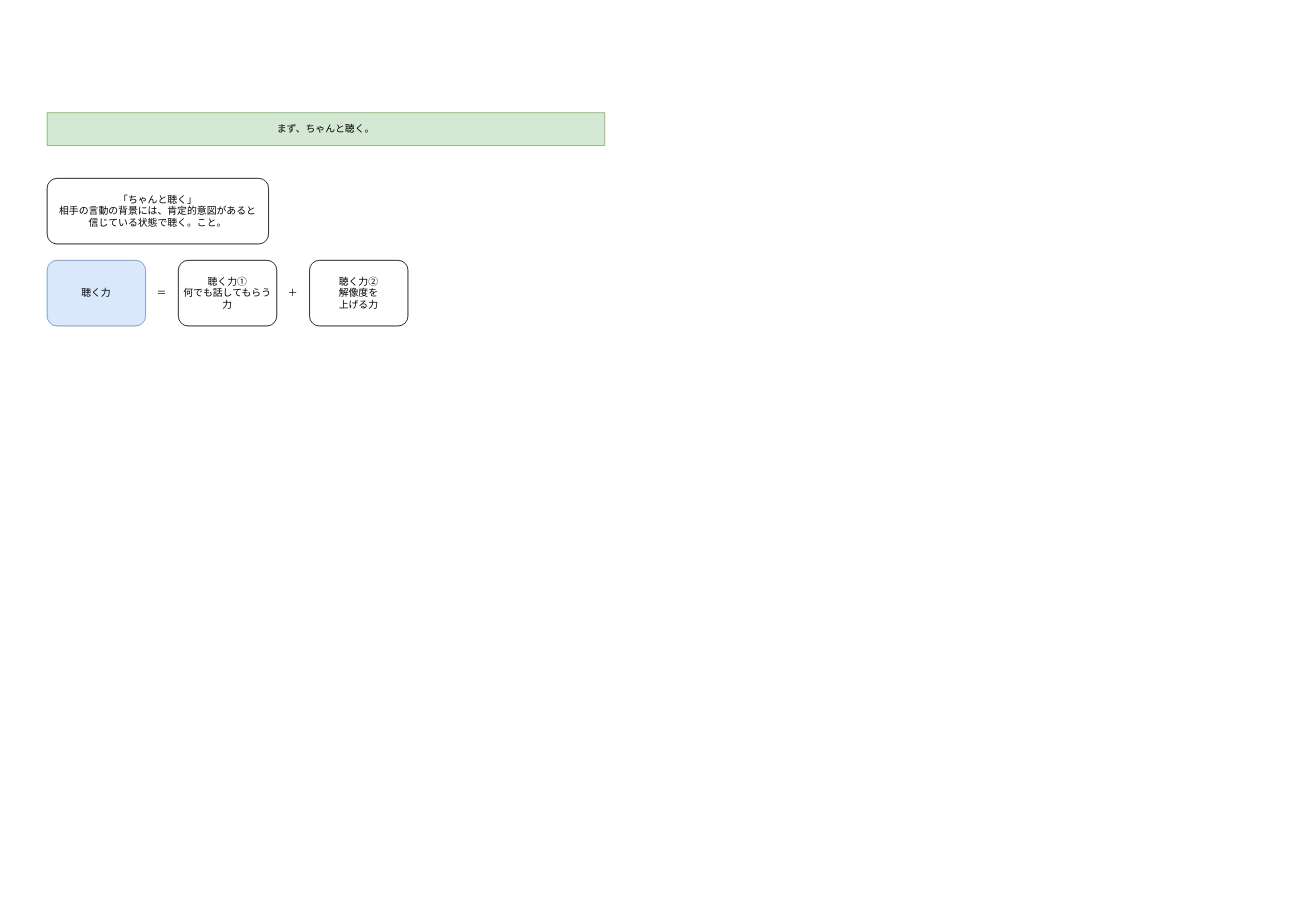
Before: まず、ちゃんと聴く.drawio in YossyIto/booklog_drowio, a draw.io diagram. Source tidied: cells renumbered, new cells numbered last; positions are measured from the earlier drawing's top-left corner, leaving out a move shared by most shapes. Both pictures are drawn from the tidied source at 82%, with x=0, y=0 at pixel (47, 112).
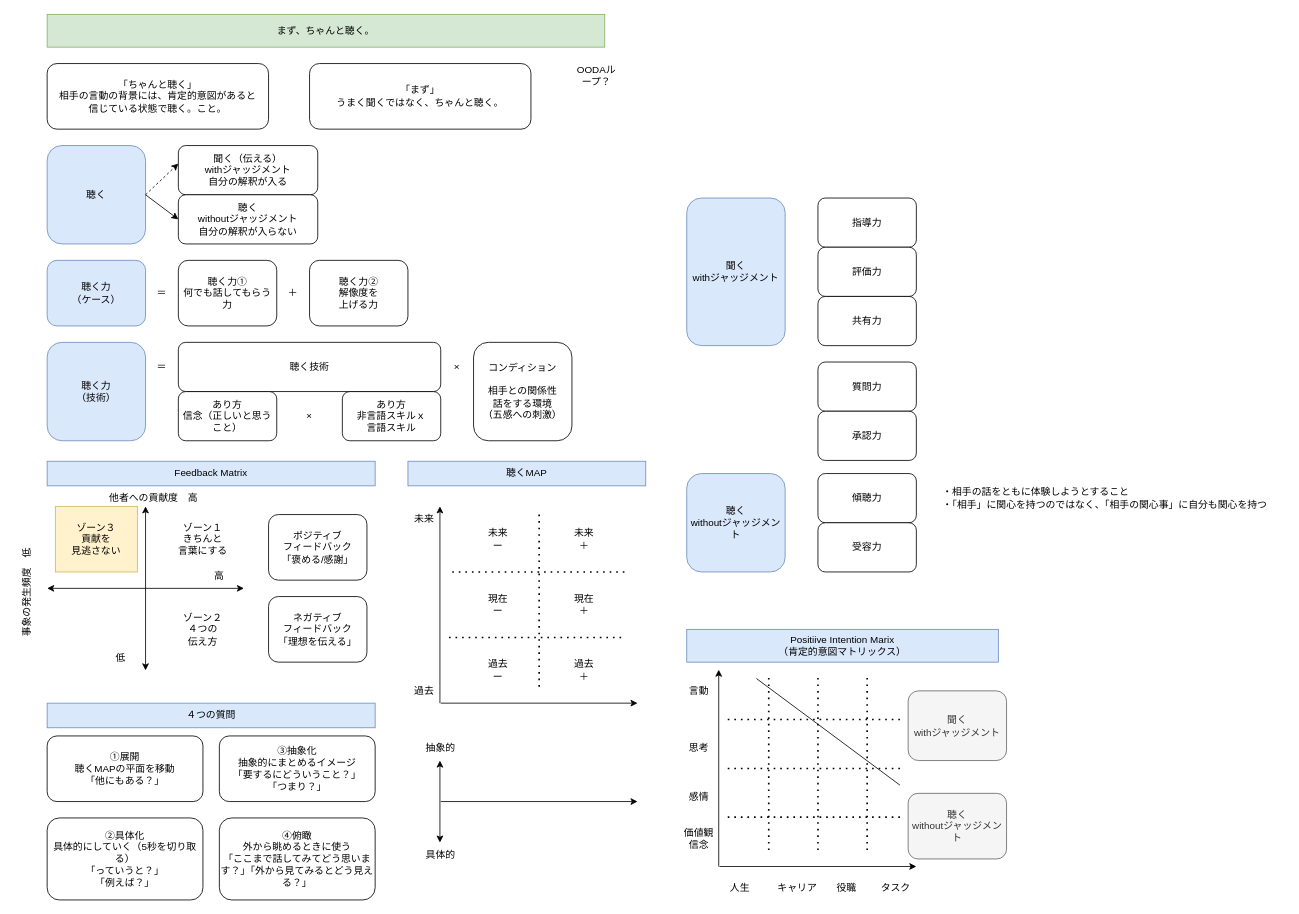
The same diagram, later.

Commit message (it also covers changes not shown here):
まず、ちゃんと聴く.drawio を更新します

What changed in the source:
```diff
@@
     <mxCell id="2" value="まず、ちゃんと聴く。" style="text;html=1;align=center;verticalAlign=middle;whiteSpace=wrap;rounded=0;fillColor=#d5e8d4;strokeColor=#82b366;" parent="1" vertex="1">
-      <mxGeometry width="680" height="40" as="geometry" />
+      <mxGeometry y="-120" width="680" height="40" as="geometry" />
     </mxCell>
     <mxCell id="3" value="「ちゃんと聴く」&lt;div&gt;相手の言動の背景には、&lt;span style=&quot;background-color: transparent; color: light-dark(rgb(0, 0, 0), rgb(255, 255, 255));&quot;&gt;肯定的意図があると&lt;/span&gt;&lt;/div&gt;&lt;div&gt;&lt;span style=&quot;background-color: transparent; color: light-dark(rgb(0, 0, 0), rgb(255, 255, 255));&quot;&gt;信じている状態で聴く。こと。&lt;/span&gt;&lt;/div&gt;" style="rounded=1;whiteSpace=wrap;html=1;" parent="1" vertex="1">
-      <mxGeometry y="80" width="270" height="80" as="geometry" />
+      <mxGeometry y="-60" width="270" height="80" as="geometry" />
     </mxCell>
-    <mxCell id="4" value="聴く力" style="rounded=1;whiteSpace=wrap;html=1;fillColor=#dae8fc;strokeColor=#6c8ebf;" parent="1" vertex="1">
+    <mxCell id="4" value="聴く力&lt;div&gt;（ケース）&lt;/div&gt;" style="rounded=1;whiteSpace=wrap;html=1;fillColor=#dae8fc;strokeColor=#6c8ebf;" parent="1" vertex="1">
       <mxGeometry y="180" width="120" height="80" as="geometry" />
     </mxCell>
@@
+    <mxCell id="9" value="聴く" style="rounded=1;whiteSpace=wrap;html=1;fillColor=#dae8fc;strokeColor=#6c8ebf;" parent="1" vertex="1">
+      <mxGeometry y="40" width="120" height="120" as="geometry" />
+    </mxCell>
+    <mxCell id="10" value="聞く（伝える）&lt;div&gt;withジャッジメント&lt;/div&gt;&lt;div&gt;自分の解釈が入る&lt;/div&gt;" style="rounded=1;whiteSpace=wrap;html=1;" parent="1" vertex="1">
+      <mxGeometry x="160" y="40" width="170" height="60" as="geometry" />
+    </mxCell>
+    <mxCell id="11" value="聴く&lt;div&gt;withoutジャッジメント&lt;/div&gt;&lt;div&gt;自分の解釈が入らない&lt;/div&gt;" style="rounded=1;whiteSpace=wrap;html=1;" parent="1" vertex="1">
+      <mxGeometry x="160" y="100" width="170" height="60" as="geometry" />
+    </mxCell>
+    <mxCell id="12" style="endArrow=classic;html=1;rounded=0;entryX=0;entryY=0.367;entryDx=0;entryDy=0;entryPerimeter=0;exitX=1;exitY=0.5;exitDx=0;exitDy=0;dashed=1;" parent="1" edge="1" source="9" target="10">
+      <mxGeometry relative="1" as="geometry" />
+    </mxCell>
+    <mxCell id="13" style="endArrow=classic;html=1;rounded=0;exitX=1;exitY=0.5;exitDx=0;exitDy=0;entryX=0;entryY=0.5;entryDx=0;entryDy=0;" parent="1" edge="1" source="9" target="11">
+      <mxGeometry relative="1" as="geometry" />
+    </mxCell>
+    <mxCell id="14" value="聴く力&lt;div&gt;（技術）&lt;/div&gt;" style="rounded=1;whiteSpace=wrap;html=1;fillColor=#dae8fc;strokeColor=#6c8ebf;" parent="1" vertex="1">
+      <mxGeometry y="280" width="120" height="120" as="geometry" />
+    </mxCell>
+    <mxCell id="15" value="あり方&lt;div&gt;信念（正しいと思うこと）&lt;/div&gt;" style="rounded=1;whiteSpace=wrap;html=1;" parent="1" vertex="1">
+      <mxGeometry x="160" y="340" width="120" height="60" as="geometry" />
+    </mxCell>
+    <mxCell id="16" value="あり方&lt;div&gt;非言語スキルｘ&lt;/div&gt;&lt;div&gt;言語スキル&lt;/div&gt;" style="rounded=1;whiteSpace=wrap;html=1;" parent="1" vertex="1">
+      <mxGeometry x="360" y="340" width="120" height="60" as="geometry" />
+    </mxCell>
+    <mxCell id="17" value="コンディション&lt;div&gt;&lt;br&gt;&lt;div&gt;相手との関係性&lt;/div&gt;&lt;/div&gt;&lt;div&gt;話をする環境&lt;/div&gt;&lt;div&gt;（五感への刺激）&lt;/div&gt;" style="rounded=1;whiteSpace=wrap;html=1;" parent="1" vertex="1">
+      <mxGeometry x="520" y="280" width="120" height="120" as="geometry" />
+    </mxCell>
+    <mxCell id="18" value="聴く技術" style="rounded=1;whiteSpace=wrap;html=1;" parent="1" vertex="1">
+      <mxGeometry x="160" y="280" width="320" height="60" as="geometry" />
+    </mxCell>
+    <mxCell id="19" value="＝" style="text;html=1;align=center;verticalAlign=middle;whiteSpace=wrap;rounded=0;" parent="1" vertex="1">
+      <mxGeometry x="120" y="290" width="40" height="40" as="geometry" />
+    </mxCell>
+    <mxCell id="20" value="×" style="text;html=1;align=center;verticalAlign=middle;whiteSpace=wrap;rounded=0;" parent="1" vertex="1">
+      <mxGeometry x="300" y="350" width="40" height="40" as="geometry" />
+    </mxCell>
+    <mxCell id="21" value="×" style="text;html=1;align=center;verticalAlign=middle;whiteSpace=wrap;rounded=0;" parent="1" vertex="1">
+      <mxGeometry x="480" y="290" width="40" height="40" as="geometry" />
+    </mxCell>
+    <mxCell id="22" value="「まず」&lt;div&gt;うまく聞くではなく、ちゃんと聴く。&lt;/div&gt;" style="rounded=1;whiteSpace=wrap;html=1;" parent="1" vertex="1">
+      <mxGeometry x="320" y="-60" width="270" height="80" as="geometry" />
+    </mxCell>
+    <mxCell id="23" value="Feedback Matrix" style="text;html=1;align=center;verticalAlign=middle;whiteSpace=wrap;rounded=0;fillColor=#dae8fc;strokeColor=#6c8ebf;" parent="1" vertex="1">
+      <mxGeometry y="425" width="400" height="30" as="geometry" />
+    </mxCell>
+    <mxCell id="24" style="endArrow=classic;startArrow=classic;html=1;rounded=0;" parent="1" edge="1">
+      <mxGeometry relative="1" as="geometry">
+        <mxPoint x="120" y="680" as="sourcePoint" />
+        <mxPoint x="120" y="480" as="targetPoint" />
+      </mxGeometry>
+    </mxCell>
+    <mxCell id="25" style="endArrow=classic;startArrow=classic;html=1;rounded=0;" parent="1" edge="1">
+      <mxGeometry relative="1" as="geometry">
+        <mxPoint y="580" as="sourcePoint" />
+        <mxPoint x="240" y="580" as="targetPoint" />
+      </mxGeometry>
+    </mxCell>
+    <mxCell id="26" value="ゾーン１&lt;div&gt;きちんと&lt;/div&gt;&lt;div&gt;言葉にする&lt;/div&gt;" style="text;html=1;align=center;verticalAlign=middle;whiteSpace=wrap;rounded=0;" parent="1" vertex="1">
+      <mxGeometry x="140" y="480" width="100" height="80" as="geometry" />
+    </mxCell>
+    <mxCell id="27" value="ゾーン３&lt;div&gt;貢献を&lt;/div&gt;&lt;div&gt;見逃さない&lt;/div&gt;" style="text;html=1;align=center;verticalAlign=middle;whiteSpace=wrap;rounded=0;fillColor=#fff2cc;strokeColor=#d6b656;" parent="1" vertex="1">
+      <mxGeometry x="10" y="480" width="100" height="80" as="geometry" />
+    </mxCell>
+    <mxCell id="28" value="ゾーン２&lt;div&gt;４つの&lt;/div&gt;&lt;div&gt;伝え方&lt;/div&gt;" style="text;html=1;align=center;verticalAlign=middle;whiteSpace=wrap;rounded=0;" parent="1" vertex="1">
+      <mxGeometry x="140" y="590" width="100" height="80" as="geometry" />
+    </mxCell>
+    <mxCell id="29" value="ポジティブ&lt;div&gt;フィードバック&lt;/div&gt;&lt;div&gt;「褒める/感謝」&lt;/div&gt;" style="rounded=1;whiteSpace=wrap;html=1;" parent="1" vertex="1">
+      <mxGeometry x="270" y="490" width="120" height="80" as="geometry" />
+    </mxCell>
+    <mxCell id="30" value="ネガティブ&lt;div&gt;フィードバック&lt;/div&gt;&lt;div&gt;「理想を伝える」&lt;/div&gt;" style="rounded=1;whiteSpace=wrap;html=1;" parent="1" vertex="1">
+      <mxGeometry x="270" y="590" width="120" height="80" as="geometry" />
+    </mxCell>
+    <mxCell id="31" value="他者への貢献度　高" style="text;html=1;align=center;verticalAlign=middle;whiteSpace=wrap;rounded=0;" parent="1" vertex="1">
+      <mxGeometry x="70" y="455" width="120" height="30" as="geometry" />
+    </mxCell>
+    <mxCell id="32" value="事象の発生頻度　低" style="text;html=1;align=center;verticalAlign=middle;whiteSpace=wrap;rounded=0;horizontal=0;" parent="1" vertex="1">
+      <mxGeometry x="-40" y="500" width="30" height="170" as="geometry" />
+    </mxCell>
+    <mxCell id="33" value="低" style="text;html=1;align=center;verticalAlign=middle;whiteSpace=wrap;rounded=0;" parent="1" vertex="1">
+      <mxGeometry x="60" y="650" width="60" height="30" as="geometry" />
+    </mxCell>
+    <mxCell id="34" value="高" style="text;html=1;align=center;verticalAlign=middle;whiteSpace=wrap;rounded=0;" parent="1" vertex="1">
+      <mxGeometry x="180" y="550" width="60" height="30" as="geometry" />
+    </mxCell>
+    <mxCell id="35" value="聞く&lt;div&gt;withジャッジメント&lt;/div&gt;" style="rounded=1;whiteSpace=wrap;html=1;fillColor=#dae8fc;strokeColor=#6c8ebf;" parent="1" vertex="1">
+      <mxGeometry x="780" y="104" width="120" height="180" as="geometry" />
+    </mxCell>
+    <mxCell id="36" value="指導力" style="rounded=1;whiteSpace=wrap;html=1;" parent="1" vertex="1">
+      <mxGeometry x="940" y="104" width="120" height="60" as="geometry" />
+    </mxCell>
+    <mxCell id="37" value="評価力" style="rounded=1;whiteSpace=wrap;html=1;" parent="1" vertex="1">
+      <mxGeometry x="940" y="164" width="120" height="60" as="geometry" />
+    </mxCell>
+    <mxCell id="38" value="共有力" style="rounded=1;whiteSpace=wrap;html=1;" parent="1" vertex="1">
+      <mxGeometry x="940" y="224" width="120" height="60" as="geometry" />
+    </mxCell>
+    <mxCell id="39" value="聴く&lt;div&gt;withoutジャッジメント&lt;/div&gt;" style="rounded=1;whiteSpace=wrap;html=1;fillColor=#dae8fc;strokeColor=#6c8ebf;" parent="1" vertex="1">
+      <mxGeometry x="780" y="440" width="120" height="120" as="geometry" />
+    </mxCell>
+    <mxCell id="40" value="質問力" style="rounded=1;whiteSpace=wrap;html=1;" parent="1" vertex="1">
+      <mxGeometry x="940" y="304" width="120" height="60" as="geometry" />
+    </mxCell>
+    <mxCell id="41" value="承認力" style="rounded=1;whiteSpace=wrap;html=1;" parent="1" vertex="1">
+      <mxGeometry x="940" y="364" width="120" height="60" as="geometry" />
+    </mxCell>
+    <mxCell id="42" value="傾聴力" style="rounded=1;whiteSpace=wrap;html=1;" parent="1" vertex="1">
+      <mxGeometry x="940" y="440" width="120" height="60" as="geometry" />
+    </mxCell>
+    <mxCell id="43" value="受容力" style="rounded=1;whiteSpace=wrap;html=1;" parent="1" vertex="1">
+      <mxGeometry x="940" y="500" width="120" height="60" as="geometry" />
+    </mxCell>
+    <mxCell id="44" value="OODAループ？" style="text;html=1;align=center;verticalAlign=middle;whiteSpace=wrap;rounded=0;" parent="1" vertex="1">
+      <mxGeometry x="640" y="-60" width="60" height="30" as="geometry" />
+    </mxCell>
+    <mxCell id="45" value="・相手の話をともに体験しようとすること&lt;div&gt;・「相手」に関心を持つのではなく、「相手の関心事」に自分も関心を持つ&lt;/div&gt;" style="text;html=1;align=left;verticalAlign=middle;whiteSpace=wrap;rounded=0;" parent="1" vertex="1">
+      <mxGeometry x="1090" y="440" width="420" height="60" as="geometry" />
+    </mxCell>
+    <mxCell id="46" value="聴くMAP" style="text;html=1;align=center;verticalAlign=middle;whiteSpace=wrap;rounded=0;fillColor=#dae8fc;strokeColor=#6c8ebf;" parent="1" vertex="1">
+      <mxGeometry x="440" y="425" width="290" height="30" as="geometry" />
+    </mxCell>
+    <mxCell id="47" style="endArrow=classic;startArrow=none;html=1;rounded=0;startFill=0;" parent="1" edge="1">
+      <mxGeometry relative="1" as="geometry">
+        <mxPoint x="479" y="720" as="sourcePoint" />
+        <mxPoint x="479" y="480" as="targetPoint" />
+      </mxGeometry>
+    </mxCell>
+    <mxCell id="48" value="未来&lt;div&gt;ー&lt;/div&gt;" style="text;html=1;align=center;verticalAlign=middle;whiteSpace=wrap;rounded=0;" parent="1" vertex="1">
+      <mxGeometry x="510" y="480" width="80" height="80" as="geometry" />
+    </mxCell>
+    <mxCell id="49" style="endArrow=none;dashed=1;html=1;dashPattern=1 3;strokeWidth=2;rounded=0;" parent="1" edge="1">
+      <mxGeometry relative="1" as="geometry">
+        <mxPoint x="600" y="700" as="sourcePoint" />
+        <mxPoint x="600" y="490" as="targetPoint" />
+      </mxGeometry>
+    </mxCell>
+    <mxCell id="50" value="未来&lt;div&gt;＋&lt;/div&gt;" style="text;html=1;align=center;verticalAlign=middle;whiteSpace=wrap;rounded=0;" parent="1" vertex="1">
+      <mxGeometry x="620" y="480" width="70" height="80" as="geometry" />
+    </mxCell>
+    <mxCell id="51" style="endArrow=classic;startArrow=none;html=1;rounded=0;startFill=0;" parent="1" edge="1">
+      <mxGeometry relative="1" as="geometry">
+        <mxPoint x="480" y="720" as="sourcePoint" />
+        <mxPoint x="720" y="720" as="targetPoint" />
+      </mxGeometry>
+    </mxCell>
+    <mxCell id="52" style="endArrow=none;dashed=1;html=1;dashPattern=1 3;strokeWidth=2;rounded=0;" parent="1" edge="1">
+      <mxGeometry relative="1" as="geometry">
+        <mxPoint x="704" y="560" as="sourcePoint" />
+        <mxPoint x="490" y="560" as="targetPoint" />
+      </mxGeometry>
+    </mxCell>
+    <mxCell id="53" style="endArrow=none;dashed=1;html=1;dashPattern=1 3;strokeWidth=2;rounded=0;entryX=0;entryY=1;entryDx=0;entryDy=0;" parent="1" edge="1">
+      <mxGeometry relative="1" as="geometry">
+        <mxPoint x="700" y="640" as="sourcePoint" />
+        <mxPoint x="490" y="640" as="targetPoint" />
+      </mxGeometry>
+    </mxCell>
+    <mxCell id="54" value="現在&lt;br&gt;&lt;div&gt;ー&lt;/div&gt;" style="text;html=1;align=center;verticalAlign=middle;whiteSpace=wrap;rounded=0;" parent="1" vertex="1">
+      <mxGeometry x="510" y="560" width="80" height="80" as="geometry" />
+    </mxCell>
+    <mxCell id="55" value="現在&lt;br&gt;&lt;div&gt;＋&lt;/div&gt;" style="text;html=1;align=center;verticalAlign=middle;whiteSpace=wrap;rounded=0;" parent="1" vertex="1">
+      <mxGeometry x="620" y="560" width="70" height="80" as="geometry" />
+    </mxCell>
+    <mxCell id="56" value="未来" style="text;html=1;align=center;verticalAlign=middle;whiteSpace=wrap;rounded=0;" parent="1" vertex="1">
+      <mxGeometry x="430" y="480" width="60" height="30" as="geometry" />
+    </mxCell>
+    <mxCell id="57" value="過去" style="text;html=1;align=center;verticalAlign=middle;whiteSpace=wrap;rounded=0;" parent="1" vertex="1">
+      <mxGeometry x="430" y="690" width="60" height="30" as="geometry" />
+    </mxCell>
+    <mxCell id="58" value="過去&lt;br&gt;&lt;div&gt;ー&lt;/div&gt;" style="text;html=1;align=center;verticalAlign=middle;whiteSpace=wrap;rounded=0;" parent="1" vertex="1">
+      <mxGeometry x="510" y="640" width="80" height="80" as="geometry" />
+    </mxCell>
+    <mxCell id="59" value="&lt;div&gt;過去&lt;/div&gt;&lt;div&gt;＋&lt;/div&gt;" style="text;html=1;align=center;verticalAlign=middle;whiteSpace=wrap;rounded=0;" parent="1" vertex="1">
+      <mxGeometry x="620" y="640" width="70" height="80" as="geometry" />
+    </mxCell>
+    <mxCell id="60" style="endArrow=classic;startArrow=none;html=1;rounded=0;startFill=0;" parent="1" edge="1">
+      <mxGeometry relative="1" as="geometry">
+        <mxPoint x="480" y="840" as="sourcePoint" />
+        <mxPoint x="720" y="840" as="targetPoint" />
+      </mxGeometry>
+    </mxCell>
+    <mxCell id="61" style="endArrow=classic;startArrow=classic;html=1;rounded=0;" parent="1" edge="1">
+      <mxGeometry relative="1" as="geometry">
+        <mxPoint x="479" y="890" as="sourcePoint" />
+        <mxPoint x="479" y="790" as="targetPoint" />
+      </mxGeometry>
+    </mxCell>
+    <mxCell id="62" value="抽象的" style="text;html=1;align=center;verticalAlign=middle;whiteSpace=wrap;rounded=0;" parent="1" vertex="1">
+      <mxGeometry x="450" y="760" width="60" height="30" as="geometry" />
+    </mxCell>
+    <mxCell id="63" value="具体的" style="text;html=1;align=center;verticalAlign=middle;whiteSpace=wrap;rounded=0;" parent="1" vertex="1">
+      <mxGeometry x="450" y="890" width="60" height="30" as="geometry" />
+    </mxCell>
+    <mxCell id="64" value="①展開&lt;div&gt;聴くMAPの平面を移動&lt;/div&gt;&lt;div&gt;「他にもある？」&lt;/div&gt;" style="rounded=1;whiteSpace=wrap;html=1;" parent="1" vertex="1">
+      <mxGeometry y="760" width="190" height="80" as="geometry" />
+    </mxCell>
+    <mxCell id="65" value="４つの質問" style="text;html=1;align=center;verticalAlign=middle;whiteSpace=wrap;rounded=0;fillColor=#dae8fc;strokeColor=#6c8ebf;" parent="1" vertex="1">
+      <mxGeometry y="720" width="400" height="30" as="geometry" />
+    </mxCell>
+    <mxCell id="66" value="➁具体化&lt;div&gt;具体的にしていく（5秒を切り取る）&lt;/div&gt;&lt;div&gt;「っていうと？」&lt;/div&gt;&lt;div&gt;「例えば？」&lt;/div&gt;" style="rounded=1;whiteSpace=wrap;html=1;" parent="1" vertex="1">
+      <mxGeometry y="860" width="190" height="100" as="geometry" />
+    </mxCell>
+    <mxCell id="67" value="③抽象化&lt;div&gt;抽象的にまとめるイメージ&lt;/div&gt;&lt;div&gt;「要するにどういうこと？」&lt;/div&gt;&lt;div&gt;「つまり？」&lt;/div&gt;" style="rounded=1;whiteSpace=wrap;html=1;" parent="1" vertex="1">
+      <mxGeometry x="210" y="760" width="190" height="80" as="geometry" />
+    </mxCell>
+    <mxCell id="68" value="④俯瞰&lt;div&gt;外から眺めるときに使う&lt;/div&gt;&lt;div&gt;「ここまで話してみてどう思います？」&lt;span style=&quot;background-color: transparent; color: light-dark(rgb(0, 0, 0), rgb(255, 255, 255));&quot;&gt;「外から見てみるとどう見える？」&lt;/span&gt;&lt;/div&gt;" style="rounded=1;whiteSpace=wrap;html=1;" parent="1" vertex="1">
+      <mxGeometry x="210" y="860" width="190" height="100" as="geometry" />
+    </mxCell>
+    <mxCell id="69" value="Positiive Intention Marix&lt;div&gt;（肯定的意図マトリックス）&lt;/div&gt;" style="text;html=1;align=center;verticalAlign=middle;whiteSpace=wrap;rounded=0;fillColor=#dae8fc;strokeColor=#6c8ebf;" parent="1" vertex="1">
+      <mxGeometry x="780" y="630" width="380" height="40" as="geometry" />
+    </mxCell>
+    <mxCell id="70" style="endArrow=classic;startArrow=none;html=1;rounded=0;startFill=0;" parent="1" edge="1">
+      <mxGeometry relative="1" as="geometry">
+        <mxPoint x="819" y="919.2" as="sourcePoint" />
+        <mxPoint x="819" y="679.2" as="targetPoint" />
+      </mxGeometry>
+    </mxCell>
+    <mxCell id="71" value="言動" style="text;html=1;align=center;verticalAlign=middle;whiteSpace=wrap;rounded=0;" parent="1" vertex="1">
+      <mxGeometry x="770" y="690" width="50" height="30" as="geometry" />
+    </mxCell>
+    <mxCell id="72" style="endArrow=none;dashed=1;html=1;dashPattern=1 3;strokeWidth=2;rounded=0;" parent="1" edge="1">
+      <mxGeometry relative="1" as="geometry">
+        <mxPoint x="940" y="899.2" as="sourcePoint" />
+        <mxPoint x="940" y="689.2" as="targetPoint" />
+      </mxGeometry>
+    </mxCell>
+    <mxCell id="73" style="endArrow=classic;startArrow=none;html=1;rounded=0;startFill=0;" parent="1" edge="1">
+      <mxGeometry relative="1" as="geometry">
+        <mxPoint x="820" y="919.2" as="sourcePoint" />
+        <mxPoint x="1060" y="919.2" as="targetPoint" />
+      </mxGeometry>
+    </mxCell>
+    <mxCell id="74" style="endArrow=none;dashed=1;html=1;dashPattern=1 3;strokeWidth=2;rounded=0;" parent="1" edge="1">
+      <mxGeometry relative="1" as="geometry">
+        <mxPoint x="1040" y="740" as="sourcePoint" />
+        <mxPoint x="830" y="740" as="targetPoint" />
+      </mxGeometry>
+    </mxCell>
+    <mxCell id="75" style="endArrow=none;dashed=1;html=1;dashPattern=1 3;strokeWidth=2;rounded=0;entryX=0;entryY=1;entryDx=0;entryDy=0;" parent="1" edge="1">
+      <mxGeometry relative="1" as="geometry">
+        <mxPoint x="1040" y="799.7" as="sourcePoint" />
+        <mxPoint x="830" y="799.7" as="targetPoint" />
+      </mxGeometry>
+    </mxCell>
+    <mxCell id="76" style="endArrow=none;dashed=1;html=1;dashPattern=1 3;strokeWidth=2;rounded=0;" parent="1" edge="1">
+      <mxGeometry relative="1" as="geometry">
+        <mxPoint x="1040" y="859" as="sourcePoint" />
+        <mxPoint x="830" y="859" as="targetPoint" />
+      </mxGeometry>
+    </mxCell>
+    <mxCell id="77" value="思考" style="text;html=1;align=center;verticalAlign=middle;whiteSpace=wrap;rounded=0;" parent="1" vertex="1">
+      <mxGeometry x="770" y="760" width="50" height="30" as="geometry" />
+    </mxCell>
+    <mxCell id="78" value="感情" style="text;html=1;align=center;verticalAlign=middle;whiteSpace=wrap;rounded=0;" parent="1" vertex="1">
+      <mxGeometry x="770" y="820" width="50" height="30" as="geometry" />
+    </mxCell>
+    <mxCell id="79" value="価値観&lt;div&gt;信念&lt;/div&gt;" style="text;html=1;align=center;verticalAlign=middle;whiteSpace=wrap;rounded=0;" parent="1" vertex="1">
+      <mxGeometry x="770" y="870" width="50" height="30" as="geometry" />
+    </mxCell>
+    <mxCell id="80" value="人生" style="text;html=1;align=center;verticalAlign=middle;whiteSpace=wrap;rounded=0;" parent="1" vertex="1">
+      <mxGeometry x="820" y="930" width="50" height="30" as="geometry" />
+    </mxCell>
+    <mxCell id="81" style="endArrow=none;dashed=1;html=1;dashPattern=1 3;strokeWidth=2;rounded=0;" parent="1" edge="1">
+      <mxGeometry relative="1" as="geometry">
+        <mxPoint x="880" y="899.2" as="sourcePoint" />
+        <mxPoint x="880" y="689.2" as="targetPoint" />
+      </mxGeometry>
+    </mxCell>
+    <mxCell id="82" value="キャリア" style="text;html=1;align=center;verticalAlign=middle;whiteSpace=wrap;rounded=0;" parent="1" vertex="1">
+      <mxGeometry x="890" y="930" width="50" height="30" as="geometry" />
+    </mxCell>
+    <mxCell id="83" value="役職" style="text;html=1;align=center;verticalAlign=middle;whiteSpace=wrap;rounded=0;" parent="1" vertex="1">
+      <mxGeometry x="950" y="930" width="50" height="30" as="geometry" />
+    </mxCell>
+    <mxCell id="84" value="タスク" style="text;html=1;align=center;verticalAlign=middle;whiteSpace=wrap;rounded=0;" parent="1" vertex="1">
+      <mxGeometry x="1010" y="930" width="50" height="30" as="geometry" />
+    </mxCell>
+    <mxCell id="85" style="endArrow=none;dashed=1;html=1;dashPattern=1 3;strokeWidth=2;rounded=0;" parent="1" edge="1">
+      <mxGeometry relative="1" as="geometry">
+        <mxPoint x="1000" y="899.2" as="sourcePoint" />
+        <mxPoint x="1000" y="689.2" as="targetPoint" />
+      </mxGeometry>
+    </mxCell>
+    <mxCell id="86" style="endArrow=none;html=1;rounded=0;" parent="1" edge="1">
+      <mxGeometry relative="1" as="geometry">
+        <mxPoint x="1040" y="820" as="sourcePoint" />
+        <mxPoint x="865" y="690" as="targetPoint" />
+      </mxGeometry>
+    </mxCell>
+    <mxCell id="87" value="聞く&lt;div&gt;withジャッジメント&lt;/div&gt;" style="rounded=1;whiteSpace=wrap;html=1;fillColor=#f5f5f5;strokeColor=#666666;fontColor=#333333;" parent="1" vertex="1">
+      <mxGeometry x="1050" y="705" width="120" height="85" as="geometry" />
+    </mxCell>
+    <mxCell id="88" value="聴く&lt;div&gt;withoutジャッジメント&lt;/div&gt;" style="rounded=1;whiteSpace=wrap;html=1;fillColor=#f5f5f5;strokeColor=#666666;fontColor=#333333;" parent="1" vertex="1">
+      <mxGeometry x="1050" y="830" width="120" height="80" as="geometry" />
+    </mxCell>
```
